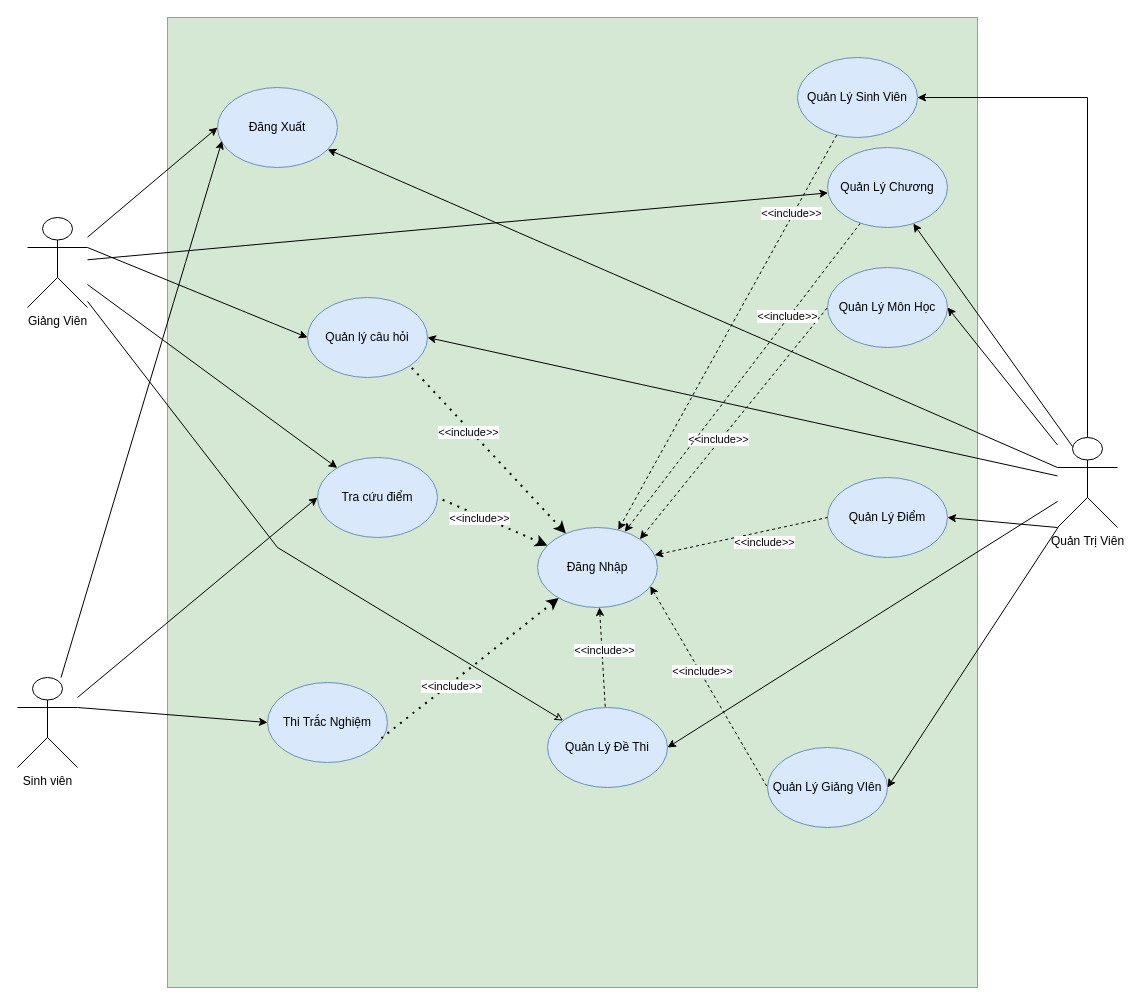
The draw.io diagram page "Trang-1" (1 of 2) of usecase.drawio in KhaiZeR0/LuyenThiTracNghiem-HDT1, before the edit. Source tidied: cells renumbered, new cells numbered last; positions are measured from the earlier drawing's top-left corner, leaving out a move shared by most shapes. Both pictures are drawn from the tidied source at 100%, with x=0, y=0 at pixel (17, 17).
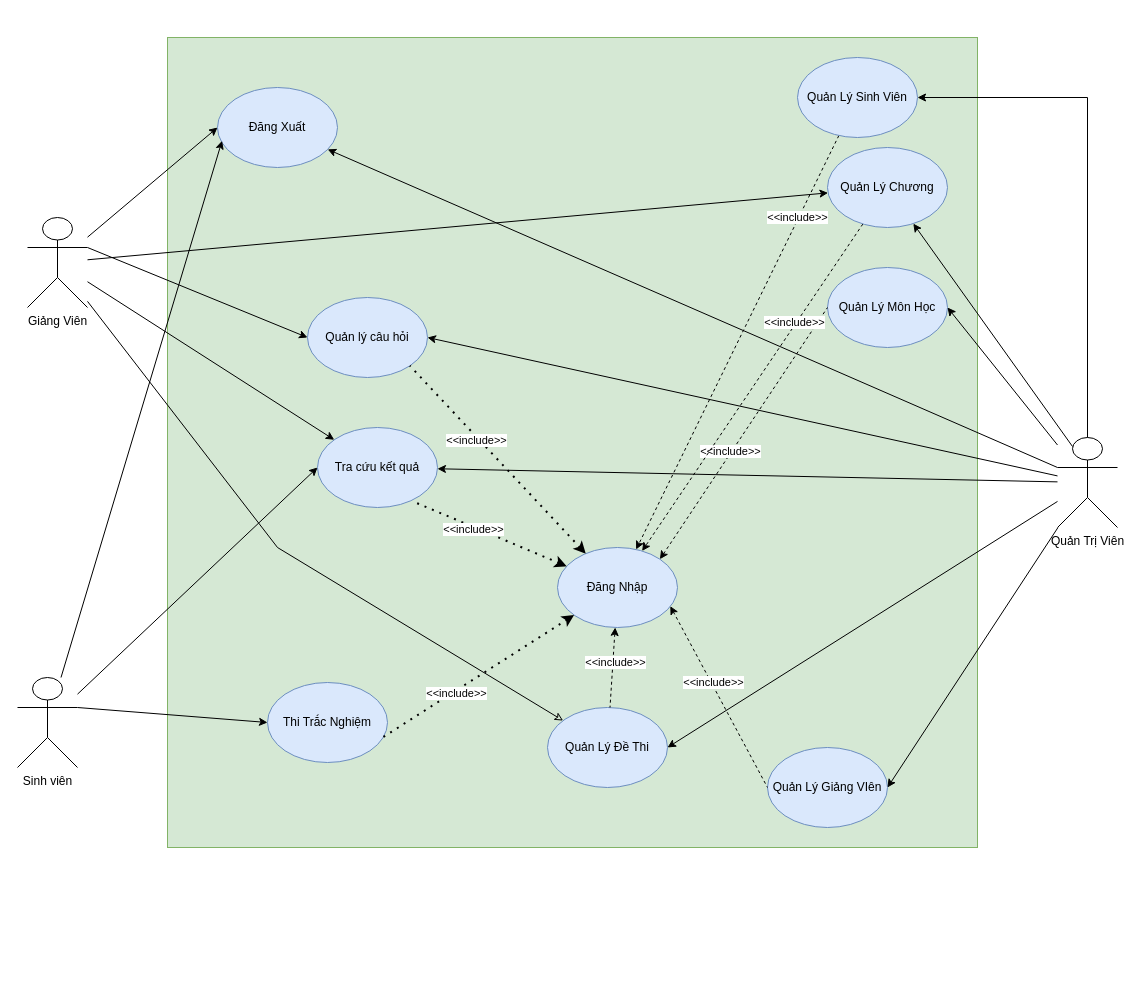
After the change.

Unchanged cells that the change refers to:
```xml
<mxCell id="2" value="Quản Trị Viên" style="shape=umlActor;verticalLabelPosition=bottom;verticalAlign=top;html=1;outlineConnect=0;" parent="1" vertex="1">
  <mxGeometry x="1040" y="420" width="60" height="90" as="geometry" />
</mxCell>
```

Diff of the diagram source:
```diff
@@
     <mxCell id="5" style="rounded=0;whiteSpace=wrap;html=1;fillColor=#d5e8d4;strokeColor=#82b366;" parent="1" vertex="1">
-      <mxGeometry x="150" width="810" height="970" as="geometry" />
+      <mxGeometry x="150" y="20" width="810" height="810" as="geometry" />
     </mxCell>
@@
     <mxCell id="11" value="Đăng Nhập" style="ellipse;whiteSpace=wrap;html=1;fillColor=#dae8fc;strokeColor=#6c8ebf;" parent="1" vertex="1">
-      <mxGeometry x="520" y="510" width="120" height="80" as="geometry" />
+      <mxGeometry x="540" y="530" width="120" height="80" as="geometry" />
     </mxCell>
@@
-    <mxCell id="17" value="Tra cứu điểm" style="ellipse;whiteSpace=wrap;html=1;fillColor=#dae8fc;strokeColor=#6c8ebf;" parent="1" vertex="1">
-      <mxGeometry x="300" y="440" width="120" height="80" as="geometry" />
+    <mxCell id="17" value="Tra cứu kết quả" style="ellipse;whiteSpace=wrap;html=1;fillColor=#dae8fc;strokeColor=#6c8ebf;" parent="1" vertex="1">
+      <mxGeometry x="300" y="410" width="120" height="80" as="geometry" />
     </mxCell>
@@
-    <mxCell id="19" style="endArrow=none;dashed=1;html=1;dashPattern=1 3;strokeWidth=2;rounded=0;endFill=0;startArrow=classic;startFill=1;entryX=1;entryY=0.5;entryDx=0;entryDy=0;" parent="1" edge="1" source="11" target="17">
+    <mxCell id="19" style="endArrow=none;dashed=1;html=1;dashPattern=1 3;strokeWidth=2;rounded=0;endFill=0;startArrow=classic;startFill=1;entryX=0.817;entryY=0.938;entryDx=0;entryDy=0;entryPerimeter=0;" parent="1" edge="1" source="11" target="17">
       <mxGeometry relative="1" as="geometry" />
     </mxCell>
@@
-    <mxCell id="24" value="Quản Lý Điểm" style="ellipse;whiteSpace=wrap;html=1;fillColor=#dae8fc;strokeColor=#6c8ebf;" parent="1" vertex="1">
-      <mxGeometry x="810" y="460" width="120" height="80" as="geometry" />
-    </mxCell>
-    <mxCell id="25" style="endArrow=none;html=1;rounded=0;entryX=0;entryY=1;entryDx=0;entryDy=0;entryPerimeter=0;exitX=1;exitY=0.5;exitDx=0;exitDy=0;endFill=0;startArrow=classic;startFill=1;" parent="1" edge="1" source="24" target="2">
-      <mxGeometry relative="1" as="geometry" />
-    </mxCell>
@@
-    <mxCell id="35" style="endArrow=none;dashed=1;html=1;rounded=0;entryX=0;entryY=0.5;entryDx=0;entryDy=0;endFill=0;startArrow=classic;startFill=1;" parent="1" edge="1" source="11" target="24">
-      <mxGeometry relative="1" as="geometry" />
-    </mxCell>
-    <mxCell id="36" value="&amp;lt;&amp;lt;include&amp;gt;&amp;gt;" style="edgeLabel;html=1;align=center;verticalAlign=middle;" parent="35" vertex="1">
-      <mxGeometry x="-0.15" y="2" relative="1" as="geometry">
-        <mxPoint x="37" y="5" as="offset" />
-      </mxGeometry>
-    </mxCell>
@@
+    <mxCell id="51" style="rounded=0;jettySize=auto;html=1;" parent="1" edge="1" source="2" target="17">
+      <mxGeometry relative="1" as="geometry" />
+    </mxCell>
```
